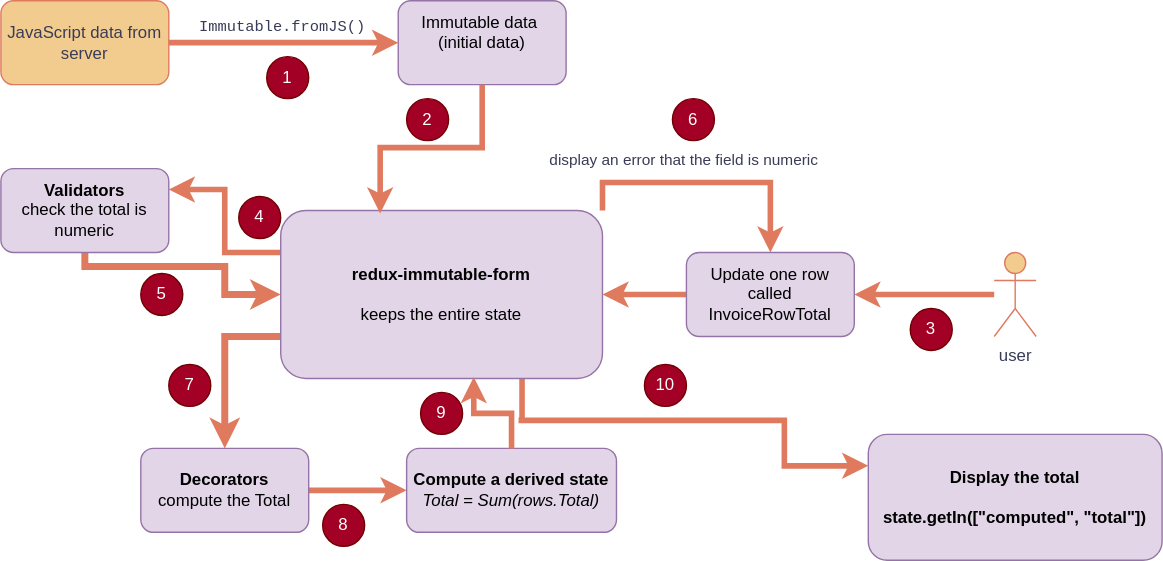
Before: img/state.svg, a diagram exported from draw.io (cristian-sima/react-immutable-form). Source tidied: cells renumbered, new cells last; positions are measured from the earlier drawing's top-left corner, leaving out a move shared by most shapes.
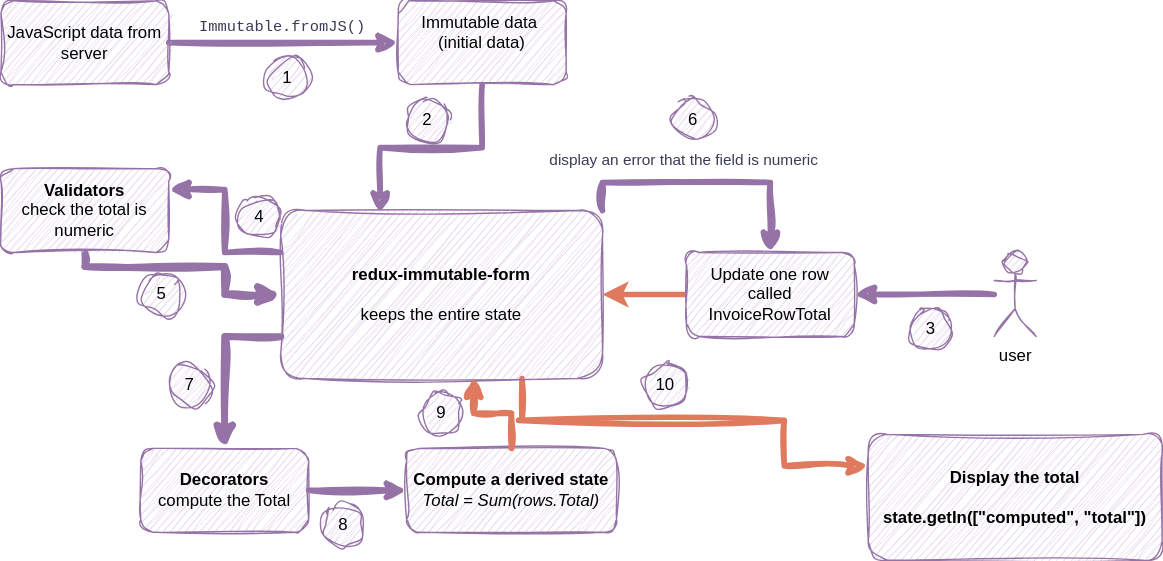
The same diagram one commit later.

Change to the diagram source:
```diff
@@ -2,7 +2,7 @@
   <root>
     <mxCell id="0" />
     <mxCell id="1" parent="0" />
-    <mxCell id="2" style="edgeStyle=orthogonalEdgeStyle;rounded=0;jettySize=auto;html=1;strokeColor=#E07A5F;fontColor=#393C56;fillColor=#F2CC8F;strokeWidth=4;" parent="1" edge="1" source="4" target="5">
+    <mxCell id="2" style="edgeStyle=orthogonalEdgeStyle;rounded=0;jettySize=auto;html=1;strokeColor=#9673a6;fontColor=#393C56;fillColor=#e1d5e7;strokeWidth=4;sketch=1;curveFitting=1;jiggle=2;" parent="1" edge="1" source="4" target="5">
       <mxGeometry relative="1" as="geometry" />
     </mxCell>
     <mxCell id="3" value="&lt;font face=&quot;Courier New&quot;&gt;Immutable.fromJS()&lt;/font&gt;" style="edgeLabel;html=1;align=center;verticalAlign=middle;strokeColor=#E07A5F;fontColor=#393C56;fillColor=#F2CC8F;" parent="2" vertex="1">
@@ -10,16 +10,16 @@
         <mxPoint x="-2" y="-12" as="offset" />
       </mxGeometry>
     </mxCell>
-    <mxCell id="4" value="JavaScript data from server" style="rounded=1;whiteSpace=wrap;html=1;strokeColor=#E07A5F;fontColor=#393C56;fillColor=#F2CC8F;" parent="1" vertex="1">
+    <mxCell id="4" value="JavaScript data from server" style="rounded=1;whiteSpace=wrap;html=1;strokeColor=#9673a6;fillColor=#e1d5e7;sketch=1;curveFitting=1;jiggle=2;" parent="1" vertex="1">
       <mxGeometry width="120" height="60" as="geometry" />
     </mxCell>
-    <mxCell id="5" value="Immutable data&amp;nbsp;&lt;div&gt;(initial data)&lt;/div&gt;&lt;div&gt;&lt;br&gt;&lt;/div&gt;" style="rounded=1;whiteSpace=wrap;html=1;strokeColor=#9673a6;fillColor=#e1d5e7;" parent="1" vertex="1">
+    <mxCell id="5" value="Immutable data&amp;nbsp;&lt;div&gt;(initial data)&lt;/div&gt;&lt;div&gt;&lt;br&gt;&lt;/div&gt;" style="rounded=1;whiteSpace=wrap;html=1;strokeColor=#9673a6;fillColor=#e1d5e7;sketch=1;curveFitting=1;jiggle=2;" parent="1" vertex="1">
       <mxGeometry x="284" width="120" height="60" as="geometry" />
     </mxCell>
-    <mxCell id="6" style="edgeStyle=orthogonalEdgeStyle;rounded=0;jettySize=auto;html=1;exitX=0;exitY=0.25;exitDx=0;exitDy=0;entryX=1;entryY=0.25;entryDx=0;entryDy=0;strokeColor=#E07A5F;fontColor=#393C56;fillColor=#F2CC8F;strokeWidth=4;" parent="1" edge="1" source="11" target="20">
+    <mxCell id="6" style="edgeStyle=orthogonalEdgeStyle;rounded=0;jettySize=auto;html=1;exitX=0;exitY=0.25;exitDx=0;exitDy=0;entryX=1;entryY=0.25;entryDx=0;entryDy=0;strokeColor=#9673a6;fontColor=#393C56;fillColor=#e1d5e7;strokeWidth=4;sketch=1;curveFitting=1;jiggle=2;" parent="1" edge="1" source="11" target="20">
       <mxGeometry relative="1" as="geometry" />
     </mxCell>
-    <mxCell id="7" style="edgeStyle=orthogonalEdgeStyle;rounded=0;jettySize=auto;html=1;exitX=1;exitY=0;exitDx=0;exitDy=0;entryX=0.5;entryY=0;entryDx=0;entryDy=0;strokeColor=#E07A5F;fontColor=#393C56;fillColor=#F2CC8F;strokeWidth=4;" parent="1" edge="1" source="11" target="16">
+    <mxCell id="7" style="edgeStyle=orthogonalEdgeStyle;rounded=0;jettySize=auto;html=1;exitX=1;exitY=0;exitDx=0;exitDy=0;entryX=0.5;entryY=0;entryDx=0;entryDy=0;strokeColor=#9673a6;fontColor=#393C56;fillColor=#e1d5e7;strokeWidth=4;sketch=1;curveFitting=1;jiggle=2;" parent="1" edge="1" source="11" target="16">
       <mxGeometry relative="1" as="geometry" />
     </mxCell>
     <mxCell id="8" value="&lt;div&gt;display an error that the field is numeric&lt;/div&gt;" style="edgeLabel;html=1;align=center;verticalAlign=middle;strokeColor=#E07A5F;fontColor=#393C56;fillColor=#F2CC8F;" parent="7" vertex="1">
@@ -27,10 +27,10 @@
         <mxPoint x="-18" y="-17" as="offset" />
       </mxGeometry>
     </mxCell>
-    <mxCell id="9" style="edgeStyle=orthogonalEdgeStyle;rounded=0;jettySize=auto;html=1;exitX=0;exitY=0.75;exitDx=0;exitDy=0;entryX=0.5;entryY=0;entryDx=0;entryDy=0;strokeColor=#E07A5F;fontColor=#393C56;fillColor=#F2CC8F;strokeWidth=5;" parent="1" edge="1" source="11" target="18">
+    <mxCell id="9" style="edgeStyle=orthogonalEdgeStyle;rounded=0;jettySize=auto;html=1;exitX=0;exitY=0.75;exitDx=0;exitDy=0;entryX=0.5;entryY=0;entryDx=0;entryDy=0;strokeColor=#9673a6;fontColor=#393C56;fillColor=#e1d5e7;strokeWidth=5;sketch=1;curveFitting=1;jiggle=2;" parent="1" edge="1" source="11" target="18">
       <mxGeometry relative="1" as="geometry" />
     </mxCell>
-    <mxCell id="10" style="edgeStyle=orthogonalEdgeStyle;rounded=0;jettySize=auto;html=1;exitX=0.75;exitY=1;exitDx=0;exitDy=0;entryX=0;entryY=0.25;entryDx=0;entryDy=0;strokeColor=#E07A5F;fontColor=#393C56;fillColor=#F2CC8F;strokeWidth=4;" parent="1" edge="1" source="11" target="23">
+    <mxCell id="10" style="edgeStyle=orthogonalEdgeStyle;rounded=0;jettySize=auto;html=1;exitX=0.75;exitY=1;exitDx=0;exitDy=0;entryX=0;entryY=0.25;entryDx=0;entryDy=0;strokeColor=#E07A5F;fontColor=#393C56;fillColor=#F2CC8F;strokeWidth=4;sketch=1;curveFitting=1;jiggle=2;" parent="1" edge="1" source="11" target="23">
       <mxGeometry relative="1" as="geometry">
         <Array as="points">
           <mxPoint x="370" y="300" />
@@ -39,31 +39,31 @@
         </Array>
       </mxGeometry>
     </mxCell>
-    <mxCell id="11" value="&lt;b&gt;redux-immutable-form&lt;/b&gt;&lt;div&gt;&lt;br&gt;&lt;/div&gt;&lt;div&gt;keeps the entire state&lt;/div&gt;" style="rounded=1;whiteSpace=wrap;html=1;strokeColor=#9673a6;fillColor=#e1d5e7;" parent="1" vertex="1">
+    <mxCell id="11" value="&lt;b&gt;redux-immutable-form&lt;/b&gt;&lt;div&gt;&lt;br&gt;&lt;/div&gt;&lt;div&gt;keeps the entire state&lt;/div&gt;" style="rounded=1;whiteSpace=wrap;html=1;strokeColor=#9673a6;fillColor=#e1d5e7;sketch=1;curveFitting=1;jiggle=2;glass=0;" parent="1" vertex="1">
       <mxGeometry x="200" y="150" width="230" height="120" as="geometry" />
     </mxCell>
-    <mxCell id="12" style="edgeStyle=orthogonalEdgeStyle;rounded=0;jettySize=auto;html=1;entryX=0.309;entryY=0.017;entryDx=0;entryDy=0;entryPerimeter=0;strokeColor=#E07A5F;fontColor=#393C56;fillColor=#F2CC8F;strokeWidth=4;" parent="1" edge="1" source="5" target="11">
+    <mxCell id="12" style="edgeStyle=orthogonalEdgeStyle;rounded=0;jettySize=auto;html=1;entryX=0.309;entryY=0.017;entryDx=0;entryDy=0;entryPerimeter=0;strokeColor=#9673a6;fontColor=#393C56;fillColor=#e1d5e7;strokeWidth=4;sketch=1;curveFitting=1;jiggle=2;" parent="1" edge="1" source="5" target="11">
       <mxGeometry relative="1" as="geometry" />
     </mxCell>
-    <mxCell id="13" style="edgeStyle=orthogonalEdgeStyle;rounded=0;jettySize=auto;html=1;entryX=1;entryY=0.5;entryDx=0;entryDy=0;strokeColor=#E07A5F;fontColor=#393C56;fillColor=#F2CC8F;strokeWidth=4;" parent="1" edge="1" source="14" target="16">
+    <mxCell id="13" style="edgeStyle=orthogonalEdgeStyle;rounded=0;jettySize=auto;html=1;entryX=1;entryY=0.5;entryDx=0;entryDy=0;strokeColor=#9673a6;fontColor=#393C56;fillColor=#e1d5e7;strokeWidth=4;sketch=1;curveFitting=1;jiggle=2;" parent="1" edge="1" source="14" target="16">
       <mxGeometry relative="1" as="geometry" />
     </mxCell>
-    <mxCell id="14" value="user" style="shape=umlActor;verticalLabelPosition=bottom;verticalAlign=top;html=1;outlineConnect=0;strokeColor=#E07A5F;fontColor=#393C56;fillColor=#F2CC8F;" parent="1" vertex="1">
+    <mxCell id="14" value="user" style="shape=umlActor;verticalLabelPosition=bottom;verticalAlign=top;html=1;outlineConnect=0;strokeColor=#9673a6;fillColor=#e1d5e7;sketch=1;curveFitting=1;jiggle=2;" parent="1" vertex="1">
       <mxGeometry x="710" y="180" width="30" height="60" as="geometry" />
     </mxCell>
     <mxCell id="15" style="edgeStyle=orthogonalEdgeStyle;rounded=0;jettySize=auto;html=1;entryX=1;entryY=0.5;entryDx=0;entryDy=0;strokeColor=#E07A5F;fontColor=#393C56;fillColor=#F2CC8F;strokeWidth=4;" parent="1" edge="1" source="16" target="11">
       <mxGeometry relative="1" as="geometry" />
     </mxCell>
-    <mxCell id="16" value="Update one row called InvoiceRowTotal" style="rounded=1;whiteSpace=wrap;html=1;strokeColor=#9673a6;fillColor=#e1d5e7;" parent="1" vertex="1">
+    <mxCell id="16" value="Update one row called InvoiceRowTotal" style="rounded=1;whiteSpace=wrap;html=1;strokeColor=#9673a6;fillColor=#e1d5e7;sketch=1;curveFitting=1;jiggle=2;" parent="1" vertex="1">
       <mxGeometry x="490" y="180" width="120" height="60" as="geometry" />
     </mxCell>
-    <mxCell id="17" style="edgeStyle=orthogonalEdgeStyle;rounded=0;jettySize=auto;html=1;strokeColor=#E07A5F;fontColor=#393C56;fillColor=#F2CC8F;strokeWidth=4;" parent="1" edge="1" source="18" target="21">
+    <mxCell id="17" style="edgeStyle=orthogonalEdgeStyle;rounded=0;jettySize=auto;html=1;strokeColor=#9673a6;fontColor=#393C56;fillColor=#e1d5e7;strokeWidth=4;sketch=1;curveFitting=1;jiggle=2;" parent="1" edge="1" source="18" target="21">
       <mxGeometry relative="1" as="geometry" />
     </mxCell>
-    <mxCell id="18" value="&lt;b&gt;Decorators&lt;/b&gt;&lt;div&gt;compute the Total&lt;/div&gt;" style="rounded=1;whiteSpace=wrap;html=1;strokeColor=#9673a6;fillColor=#e1d5e7;" parent="1" vertex="1">
+    <mxCell id="18" value="&lt;b&gt;Decorators&lt;/b&gt;&lt;div&gt;compute the Total&lt;/div&gt;" style="rounded=1;whiteSpace=wrap;html=1;strokeColor=#9673a6;fillColor=#e1d5e7;sketch=1;curveFitting=1;jiggle=2;" parent="1" vertex="1">
       <mxGeometry x="100" y="320" width="120" height="60" as="geometry" />
     </mxCell>
-    <mxCell id="19" style="edgeStyle=orthogonalEdgeStyle;rounded=0;jettySize=auto;html=1;entryX=0;entryY=0.5;entryDx=0;entryDy=0;strokeColor=#E07A5F;fontColor=#393C56;fillColor=#F2CC8F;strokeWidth=5;" parent="1" edge="1" source="20" target="11">
+    <mxCell id="19" style="edgeStyle=orthogonalEdgeStyle;rounded=0;jettySize=auto;html=1;entryX=0;entryY=0.5;entryDx=0;entryDy=0;strokeColor=#9673a6;fontColor=#393C56;fillColor=#e1d5e7;strokeWidth=5;sketch=1;curveFitting=1;jiggle=2;" parent="1" edge="1" source="20" target="11">
       <mxGeometry relative="1" as="geometry">
         <Array as="points">
           <mxPoint x="60" y="190" />
@@ -72,46 +72,46 @@
         </Array>
       </mxGeometry>
     </mxCell>
-    <mxCell id="20" value="&lt;b&gt;Validators&lt;/b&gt;&lt;div&gt;check the total is numeric&lt;/div&gt;" style="rounded=1;whiteSpace=wrap;html=1;strokeColor=#9673a6;fillColor=#e1d5e7;" parent="1" vertex="1">
+    <mxCell id="20" value="&lt;b&gt;Validators&lt;/b&gt;&lt;div&gt;check the total is numeric&lt;/div&gt;" style="rounded=1;whiteSpace=wrap;html=1;strokeColor=#9673a6;fillColor=#e1d5e7;sketch=1;curveFitting=1;jiggle=2;" parent="1" vertex="1">
       <mxGeometry y="120" width="120" height="60" as="geometry" />
     </mxCell>
-    <mxCell id="21" value="&lt;b&gt;Compute a derived state&lt;/b&gt;&lt;div&gt;&lt;i&gt;Total = Sum(rows.Total)&lt;/i&gt;&lt;/div&gt;" style="rounded=1;whiteSpace=wrap;html=1;strokeColor=#9673a6;fillColor=#e1d5e7;" parent="1" vertex="1">
+    <mxCell id="21" value="&lt;b&gt;Compute a derived state&lt;/b&gt;&lt;div&gt;&lt;i&gt;Total = Sum(rows.Total)&lt;/i&gt;&lt;/div&gt;" style="rounded=1;whiteSpace=wrap;html=1;strokeColor=#9673a6;fillColor=#e1d5e7;sketch=1;curveFitting=1;jiggle=2;" parent="1" vertex="1">
       <mxGeometry x="290" y="320" width="150" height="60" as="geometry" />
     </mxCell>
-    <mxCell id="22" style="edgeStyle=orthogonalEdgeStyle;rounded=0;jettySize=auto;html=1;entryX=0.6;entryY=0.992;entryDx=0;entryDy=0;entryPerimeter=0;strokeColor=#E07A5F;fontColor=#393C56;fillColor=#F2CC8F;strokeWidth=4;" parent="1" edge="1" source="21" target="11">
+    <mxCell id="22" style="edgeStyle=orthogonalEdgeStyle;rounded=0;jettySize=auto;html=1;entryX=0.6;entryY=0.992;entryDx=0;entryDy=0;entryPerimeter=0;strokeColor=#E07A5F;fontColor=#393C56;fillColor=#F2CC8F;strokeWidth=4;sketch=1;curveFitting=1;jiggle=2;" parent="1" edge="1" source="21" target="11">
       <mxGeometry relative="1" as="geometry" />
     </mxCell>
-    <mxCell id="23" value="&lt;b&gt;Display the total&lt;/b&gt;&lt;div&gt;&lt;b&gt;&lt;br&gt;&lt;/b&gt;&lt;/div&gt;&lt;div&gt;&lt;b&gt;state.getIn([&quot;computed&quot;, &quot;total&quot;])&lt;/b&gt;&lt;/div&gt;" style="rounded=1;whiteSpace=wrap;html=1;strokeColor=#9673a6;fillColor=#e1d5e7;" parent="1" vertex="1">
+    <mxCell id="23" value="&lt;b&gt;Display the total&lt;/b&gt;&lt;div&gt;&lt;b&gt;&lt;br&gt;&lt;/b&gt;&lt;/div&gt;&lt;div&gt;&lt;b&gt;state.getIn([&quot;computed&quot;, &quot;total&quot;])&lt;/b&gt;&lt;/div&gt;" style="rounded=1;whiteSpace=wrap;html=1;strokeColor=#9673a6;fillColor=#e1d5e7;sketch=1;curveFitting=1;jiggle=2;" parent="1" vertex="1">
       <mxGeometry x="620" y="310" width="210" height="90" as="geometry" />
     </mxCell>
-    <mxCell id="24" value="1" style="ellipse;whiteSpace=wrap;html=1;strokeColor=#6F0000;fontColor=#ffffff;fillColor=#a20025;" parent="1" vertex="1">
+    <mxCell id="24" value="1" style="ellipse;whiteSpace=wrap;html=1;strokeColor=#9673a6;fillColor=#e1d5e7;sketch=1;curveFitting=1;jiggle=2;" parent="1" vertex="1">
       <mxGeometry x="190" y="40" width="30" height="30" as="geometry" />
     </mxCell>
-    <mxCell id="25" value="2" style="ellipse;whiteSpace=wrap;html=1;strokeColor=#6F0000;fontColor=#ffffff;fillColor=#a20025;" parent="1" vertex="1">
+    <mxCell id="25" value="2" style="ellipse;whiteSpace=wrap;html=1;strokeColor=#9673a6;fillColor=#e1d5e7;sketch=1;curveFitting=1;jiggle=2;" parent="1" vertex="1">
       <mxGeometry x="290" y="70" width="30" height="30" as="geometry" />
     </mxCell>
-    <mxCell id="26" value="3" style="ellipse;whiteSpace=wrap;html=1;strokeColor=#6F0000;fontColor=#ffffff;fillColor=#a20025;" parent="1" vertex="1">
+    <mxCell id="26" value="3" style="ellipse;whiteSpace=wrap;html=1;strokeColor=#9673a6;fillColor=#e1d5e7;sketch=1;curveFitting=1;jiggle=2;" parent="1" vertex="1">
       <mxGeometry x="650" y="220" width="30" height="30" as="geometry" />
     </mxCell>
-    <mxCell id="27" value="4" style="ellipse;whiteSpace=wrap;html=1;strokeColor=#6F0000;fontColor=#ffffff;fillColor=#a20025;" parent="1" vertex="1">
+    <mxCell id="27" value="4" style="ellipse;whiteSpace=wrap;html=1;strokeColor=#9673a6;fillColor=#e1d5e7;sketch=1;curveFitting=1;jiggle=2;" parent="1" vertex="1">
       <mxGeometry x="170" y="140" width="30" height="30" as="geometry" />
     </mxCell>
-    <mxCell id="28" value="5" style="ellipse;whiteSpace=wrap;html=1;strokeColor=#6F0000;fontColor=#ffffff;fillColor=#a20025;" parent="1" vertex="1">
+    <mxCell id="28" value="5" style="ellipse;whiteSpace=wrap;html=1;strokeColor=#9673a6;fillColor=#e1d5e7;sketch=1;curveFitting=1;jiggle=2;" parent="1" vertex="1">
       <mxGeometry x="100" y="195" width="30" height="30" as="geometry" />
     </mxCell>
-    <mxCell id="29" value="6" style="ellipse;whiteSpace=wrap;html=1;strokeColor=#6F0000;fontColor=#ffffff;fillColor=#a20025;" parent="1" vertex="1">
+    <mxCell id="29" value="6" style="ellipse;whiteSpace=wrap;html=1;strokeColor=#9673a6;fillColor=#e1d5e7;sketch=1;curveFitting=1;jiggle=2;" parent="1" vertex="1">
       <mxGeometry x="480" y="70" width="30" height="30" as="geometry" />
     </mxCell>
-    <mxCell id="30" value="7" style="ellipse;whiteSpace=wrap;html=1;strokeColor=#6F0000;fontColor=#ffffff;fillColor=#a20025;" parent="1" vertex="1">
+    <mxCell id="30" value="7" style="ellipse;whiteSpace=wrap;html=1;strokeColor=#9673a6;fillColor=#e1d5e7;sketch=1;curveFitting=1;jiggle=2;" parent="1" vertex="1">
       <mxGeometry x="120" y="260" width="30" height="30" as="geometry" />
     </mxCell>
-    <mxCell id="31" value="8" style="ellipse;whiteSpace=wrap;html=1;strokeColor=#6F0000;fontColor=#ffffff;fillColor=#a20025;" parent="1" vertex="1">
+    <mxCell id="31" value="8" style="ellipse;whiteSpace=wrap;html=1;strokeColor=#9673a6;fillColor=#e1d5e7;sketch=1;curveFitting=1;jiggle=2;" parent="1" vertex="1">
       <mxGeometry x="230" y="360" width="30" height="30" as="geometry" />
     </mxCell>
-    <mxCell id="32" value="9" style="ellipse;whiteSpace=wrap;html=1;strokeColor=#6F0000;fontColor=#ffffff;fillColor=#a20025;" parent="1" vertex="1">
+    <mxCell id="32" value="9" style="ellipse;whiteSpace=wrap;html=1;strokeColor=#9673a6;fillColor=#e1d5e7;sketch=1;curveFitting=1;jiggle=2;" parent="1" vertex="1">
       <mxGeometry x="300" y="280" width="30" height="30" as="geometry" />
     </mxCell>
-    <mxCell id="33" value="10" style="ellipse;whiteSpace=wrap;html=1;strokeColor=#6F0000;fontColor=#ffffff;fillColor=#a20025;" parent="1" vertex="1">
+    <mxCell id="33" value="10" style="ellipse;whiteSpace=wrap;html=1;strokeColor=#9673a6;fillColor=#e1d5e7;sketch=1;curveFitting=1;jiggle=2;" parent="1" vertex="1">
       <mxGeometry x="460" y="260" width="30" height="30" as="geometry" />
     </mxCell>
   </root>
```
